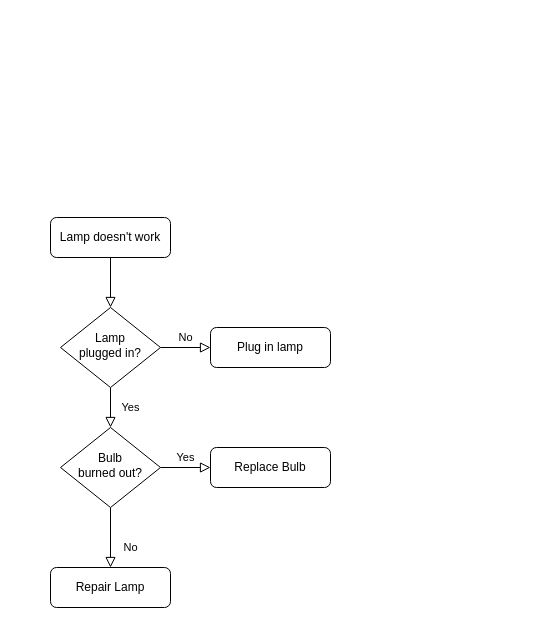
This is 제목 없는 다이어그램.drawio from Jedimonke/popo1, a draw.io file, before an edit. Source tidied: cells renumbered, new cells numbered last; positions are measured from the earlier drawing's top-left corner, leaving out a move shared by most shapes. Both pictures are drawn from the tidied source at 100%, with x=0, y=0 at pixel (50, 217).
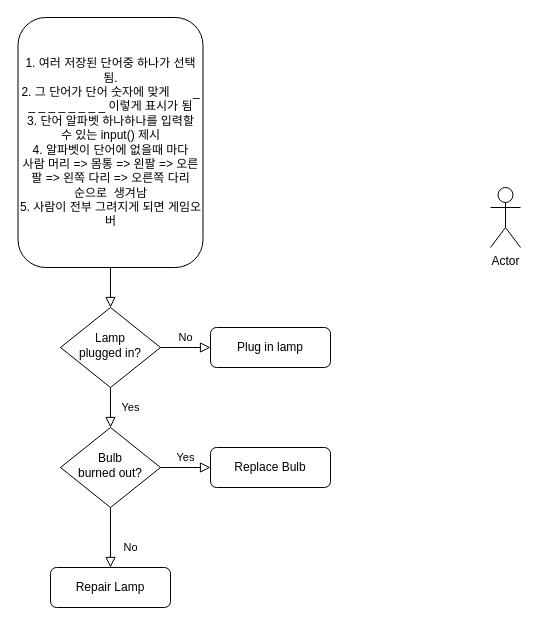
Above is the later version.

Commit message (it also covers changes not shown here):
제목 없는 다이어그램.drawio 업데이트

The edit, as a diff of the source:
```diff
@@
 <mxGraphModel>
   <root>
     <mxCell id="0" />
     <mxCell id="1" parent="0" />
     <mxCell id="2" style="rounded=0;html=1;jettySize=auto;fontSize=11;endArrow=block;endFill=0;endSize=8;strokeWidth=1;shadow=0;labelBackgroundColor=none;edgeStyle=orthogonalEdgeStyle;" parent="1" edge="1" source="3" target="6">
       <mxGeometry relative="1" as="geometry" />
     </mxCell>
-    <mxCell id="3" value="Lamp doesn't work" style="rounded=1;whiteSpace=wrap;html=1;fontSize=12;glass=0;strokeWidth=1;shadow=0;" parent="1" vertex="1">
-      <mxGeometry width="120" height="40" as="geometry" />
+    <mxCell id="3" value="1. 여러 저장된 단어중 하나가 선택 됨.&lt;br&gt;2. 그 단어가 단어 숫자에 맞게&amp;nbsp; &amp;nbsp; &amp;nbsp; &amp;nbsp;_ _ _ _ _ _ _ _ _ 이렇게 표시가 됨&lt;br&gt;3. 단어 알파벳 하나하나를 입력할&lt;br&gt;수 있는 input() 제시&lt;br&gt;4. 알파벳이 단어에 없을때 마다&lt;br&gt;사람 머리 =&amp;gt; 몸통 =&amp;gt; 왼팔 =&amp;gt; 오른팔 =&amp;gt; 왼쪽 다리 =&amp;gt; 오른쪽 다리&lt;br&gt;순으로&amp;nbsp; 생겨남&lt;br&gt;5. 사람이 전부 그려지게 되면 게임오버" style="rounded=1;whiteSpace=wrap;html=1;fontSize=12;glass=0;strokeWidth=1;shadow=0;" parent="1" vertex="1">
+      <mxGeometry x="-32.5" y="-200" width="185" height="250" as="geometry" />
     </mxCell>
     <mxCell id="4" value="Yes" style="rounded=0;html=1;jettySize=auto;fontSize=11;endArrow=block;endFill=0;endSize=8;strokeWidth=1;shadow=0;labelBackgroundColor=none;edgeStyle=orthogonalEdgeStyle;" parent="1" edge="1" source="6" target="10">
       <mxGeometry y="20" relative="1" as="geometry" />
     </mxCell>
     <mxCell id="5" value="No" style="edgeStyle=orthogonalEdgeStyle;rounded=0;html=1;jettySize=auto;fontSize=11;endArrow=block;endFill=0;endSize=8;strokeWidth=1;shadow=0;labelBackgroundColor=none;" parent="1" edge="1" source="6" target="7">
       <mxGeometry y="10" relative="1" as="geometry" />
     </mxCell>
     <mxCell id="6" value="Lamp&lt;br&gt;plugged in?" style="rhombus;whiteSpace=wrap;html=1;shadow=0;fontFamily=Helvetica;fontSize=12;align=center;strokeWidth=1;spacing=6;spacingTop=-4;" parent="1" vertex="1">
       <mxGeometry x="10" y="90" width="100" height="80" as="geometry" />
     </mxCell>
     <mxCell id="7" value="Plug in lamp" style="rounded=1;whiteSpace=wrap;html=1;fontSize=12;glass=0;strokeWidth=1;shadow=0;" parent="1" vertex="1">
       <mxGeometry x="160" y="110" width="120" height="40" as="geometry" />
     </mxCell>
     <mxCell id="8" value="No" style="rounded=0;html=1;jettySize=auto;fontSize=11;endArrow=block;endFill=0;endSize=8;strokeWidth=1;shadow=0;labelBackgroundColor=none;edgeStyle=orthogonalEdgeStyle;" parent="1" edge="1" source="10" target="11">
       <mxGeometry x="0.33" y="20" relative="1" as="geometry" />
     </mxCell>
     <mxCell id="9" value="Yes" style="edgeStyle=orthogonalEdgeStyle;rounded=0;html=1;jettySize=auto;fontSize=11;endArrow=block;endFill=0;endSize=8;strokeWidth=1;shadow=0;labelBackgroundColor=none;" parent="1" edge="1" source="10" target="12">
       <mxGeometry y="10" relative="1" as="geometry" />
     </mxCell>
     <mxCell id="10" value="Bulb&lt;br&gt;burned out?" style="rhombus;whiteSpace=wrap;html=1;shadow=0;fontFamily=Helvetica;fontSize=12;align=center;strokeWidth=1;spacing=6;spacingTop=-4;" parent="1" vertex="1">
       <mxGeometry x="10" y="210" width="100" height="80" as="geometry" />
     </mxCell>
     <mxCell id="11" value="Repair Lamp" style="rounded=1;whiteSpace=wrap;html=1;fontSize=12;glass=0;strokeWidth=1;shadow=0;" parent="1" vertex="1">
       <mxGeometry y="350" width="120" height="40" as="geometry" />
     </mxCell>
     <mxCell id="12" value="Replace Bulb" style="rounded=1;whiteSpace=wrap;html=1;fontSize=12;glass=0;strokeWidth=1;shadow=0;" parent="1" vertex="1">
       <mxGeometry x="160" y="230" width="120" height="40" as="geometry" />
     </mxCell>
+    <mxCell id="13" value="Actor" style="shape=umlActor;verticalLabelPosition=bottom;verticalAlign=top;html=1;" parent="1" vertex="1">
+      <mxGeometry x="440" y="-30" width="30" height="60" as="geometry" />
+    </mxCell>
   </root>
 </mxGraphModel>
```
